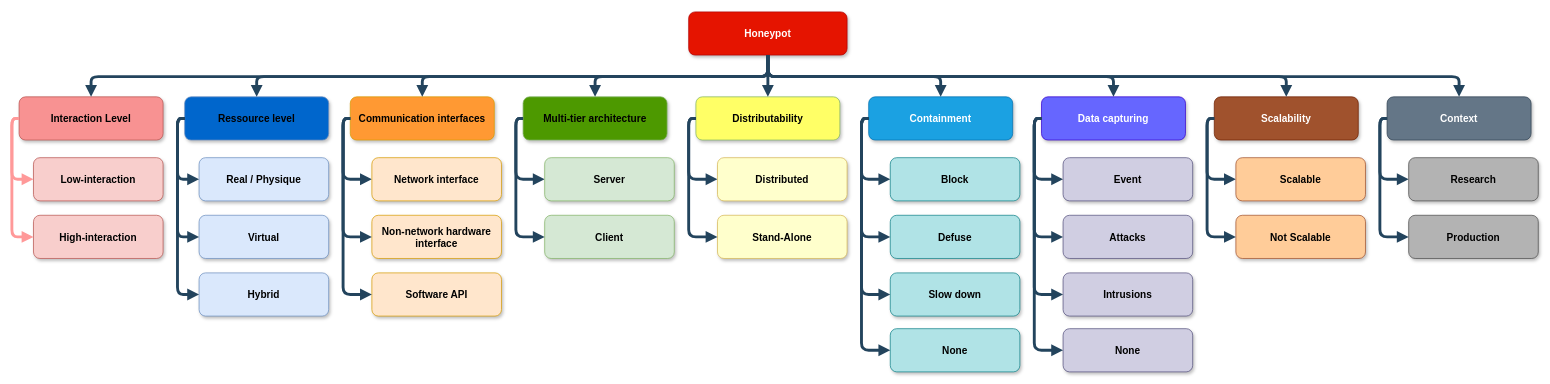
Before: IMAGES/Honeypot-Characteristics.drawio in cetic/honeypot, a draw.io diagram. Source tidied: cells renumbered, new cells numbered last; positions are measured from the earlier drawing's top-left corner, leaving out a move shared by most shapes. Both pictures are drawn from the tidied source at 72%, with x=0, y=0 at pixel (-68, 12).
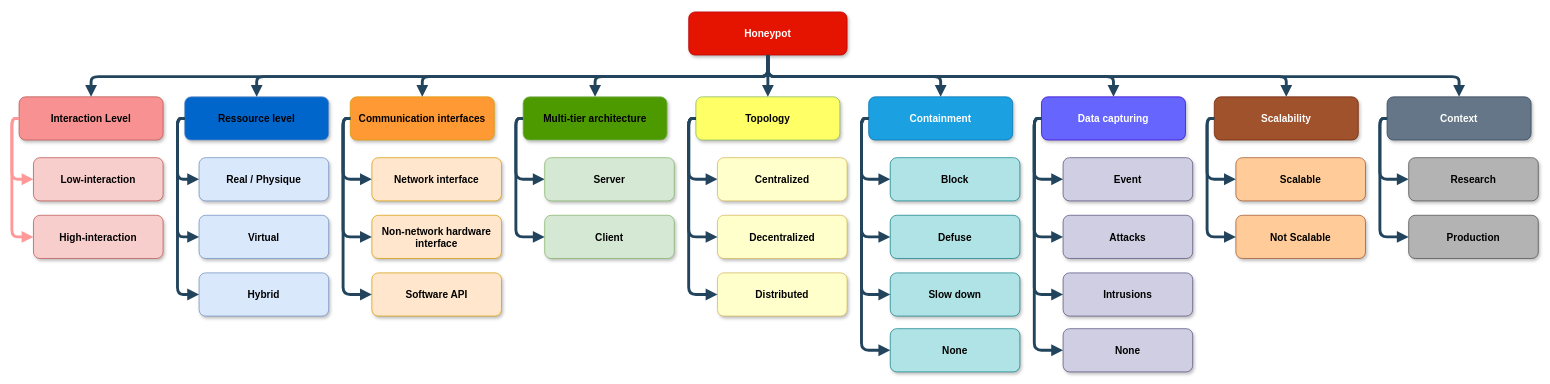
After the change.

Commit message (it also covers changes not shown here):
" feature completed -> To review " Modification 2 (Topology)

Diff of the diagram source:
```diff
@@
-    <mxCell id="31" value="Distributability" style="rounded=1;fillColor=#FFFF66;strokeColor=#82b366;shadow=1;fontStyle=1;fontSize=14;" parent="1" vertex="1">
+    <mxCell id="31" value="Topology" style="rounded=1;fillColor=#FFFF66;strokeColor=#82b366;shadow=1;fontStyle=1;fontSize=14;" parent="1" vertex="1">
       <mxGeometry x="1060" y="118" width="200" height="60" as="geometry" />
     </mxCell>
-    <mxCell id="32" value="Stand-Alone" style="rounded=1;fillColor=#FFFFCC;strokeColor=#d6b656;shadow=1;fontStyle=1;fontSize=14;" parent="1" vertex="1">
+    <mxCell id="32" value="Decentralized" style="rounded=1;fillColor=#FFFFCC;strokeColor=#d6b656;shadow=1;fontStyle=1;fontSize=14;" parent="1" vertex="1">
       <mxGeometry x="1090" y="282.5" width="180" height="60" as="geometry" />
     </mxCell>
@@
-    <mxCell id="34" value="Distributed" style="rounded=1;fillColor=#FFFFCC;strokeColor=#d6b656;shadow=1;fontStyle=1;fontSize=14;" parent="1" vertex="1">
+    <mxCell id="34" value="Centralized" style="rounded=1;fillColor=#FFFFCC;strokeColor=#d6b656;shadow=1;fontStyle=1;fontSize=14;" parent="1" vertex="1">
       <mxGeometry x="1090" y="202.5" width="180" height="60" as="geometry" />
     </mxCell>
@@
+    <mxCell id="69" value="Distributed" style="rounded=1;fillColor=#FFFFCC;strokeColor=#d6b656;shadow=1;fontStyle=1;fontSize=14;" parent="1" vertex="1">
+      <mxGeometry x="1090" y="362.5" width="180" height="60" as="geometry" />
+    </mxCell>
+    <mxCell id="70" style="edgeStyle=elbowEdgeStyle;elbow=vertical;strokeWidth=4;endArrow=block;endFill=1;fontStyle=1;strokeColor=#23445D;exitX=0;exitY=0.5;exitDx=0;exitDy=0;entryX=0;entryY=0.5;entryDx=0;entryDy=0;" parent="1" edge="1" source="31" target="69">
+      <mxGeometry x="352" y="248" as="geometry">
+        <Array as="points">
+          <mxPoint x="1050" y="260" />
+          <mxPoint x="1000" y="393" />
+          <mxPoint x="1030" y="300" />
+          <mxPoint x="1030" y="270" />
+          <mxPoint x="1050" y="283" />
+          <mxPoint x="1070" y="202.5" />
+          <mxPoint x="830" y="312.5" />
+          <mxPoint x="860" y="232.5" />
+          <mxPoint x="870" y="232.5" />
+          <mxPoint x="860" y="272.5" />
+          <mxPoint x="540" y="292.5" />
+        </Array>
+      </mxGeometry>
+    </mxCell>
```
